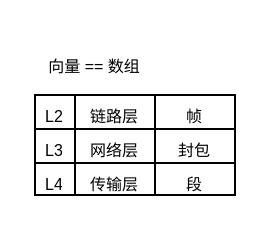
This is 未命名绘图.drawio from nayitian/drawio, a draw.io file, before an edit. Source tidied: cells renumbered, new cells numbered last; positions are measured from the earlier drawing's top-left corner, leaving out a move shared by most shapes. Both pictures are drawn from the tidied source at 200%, with x=0, y=0 at pixel (34, 34).
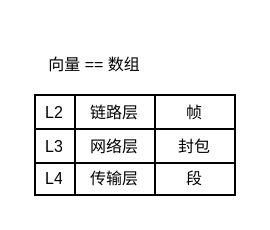
After the change.

What changed in the source:
```diff
@@
 <mxGraphModel>
   <root>
     <mxCell id="0" />
     <mxCell id="1" parent="0" />
-    <mxCell id="2" value="&lt;span style=&quot;font-size: 8px;&quot;&gt;向量 == 数组&lt;/span&gt;" style="text;html=1;align=center;verticalAlign=middle;whiteSpace=wrap;rounded=0;" parent="1" vertex="1">
+    <mxCell id="2" value="&lt;span style=&quot;font-size: 8px;&quot;&gt;向量 == 数组&lt;/span&gt;" style="text;html=1;align=center;verticalAlign=middle;whiteSpace=wrap;rounded=0;fontSize=8;" parent="1" vertex="1">
       <mxGeometry width="60" height="30" as="geometry" />
     </mxCell>
-    <mxCell id="3" style="shape=table;startSize=0;childLayout=tableLayout;" parent="1" vertex="1">
+    <mxCell id="3" style="shape=table;startSize=0;childLayout=tableLayout;fontSize=8;" parent="1" vertex="1">
       <mxGeometry y="30" width="100" height="50" as="geometry" />
     </mxCell>
-    <mxCell id="4" style="shape=tableRow;horizontal=0;startSize=0;swimlaneHead=0;swimlaneBody=0;strokeColor=inherit;top=0;left=0;bottom=0;right=0;fillColor=none;" parent="3" vertex="1">
+    <mxCell id="4" style="shape=tableRow;horizontal=0;startSize=0;swimlaneHead=0;swimlaneBody=0;strokeColor=inherit;top=0;left=0;bottom=0;right=0;fillColor=none;fontSize=8;" parent="3" vertex="1">
       <mxGeometry width="100" height="17" as="geometry" />
     </mxCell>
-    <mxCell id="5" value="&lt;font style=&quot;font-size: 8px;&quot;&gt;L2&lt;/font&gt;" style="shape=partialRectangle;html=1;whiteSpace=wrap;strokeColor=inherit;overflow=hidden;fillColor=none;top=0;left=0;bottom=0;right=0;" parent="4" vertex="1">
+    <mxCell id="5" value="&lt;font style=&quot;font-size: 8px;&quot;&gt;L2&lt;/font&gt;" style="shape=partialRectangle;html=1;whiteSpace=wrap;strokeColor=inherit;overflow=hidden;fillColor=none;top=0;left=0;bottom=0;right=0;fontSize=8;" parent="4" vertex="1">
       <mxGeometry width="20" height="17" as="geometry" />
     </mxCell>
-    <mxCell id="6" value="&lt;font style=&quot;font-size: 8px;&quot;&gt;链路层&lt;/font&gt;" style="shape=partialRectangle;html=1;whiteSpace=wrap;strokeColor=inherit;overflow=hidden;fillColor=none;top=0;left=0;bottom=0;right=0;" parent="4" vertex="1">
+    <mxCell id="6" value="&lt;font style=&quot;font-size: 8px;&quot;&gt;链路层&lt;/font&gt;" style="shape=partialRectangle;html=1;whiteSpace=wrap;strokeColor=inherit;overflow=hidden;fillColor=none;top=0;left=0;bottom=0;right=0;fontSize=8;" parent="4" vertex="1">
       <mxGeometry x="20" width="40" height="17" as="geometry" />
     </mxCell>
-    <mxCell id="7" value="&lt;font style=&quot;font-size: 8px;&quot;&gt;帧&lt;/font&gt;" style="shape=partialRectangle;html=1;whiteSpace=wrap;strokeColor=inherit;overflow=hidden;fillColor=none;top=0;left=0;bottom=0;right=0;" parent="4" vertex="1">
+    <mxCell id="7" value="&lt;font style=&quot;font-size: 8px;&quot;&gt;帧&lt;/font&gt;" style="shape=partialRectangle;html=1;whiteSpace=wrap;strokeColor=inherit;overflow=hidden;fillColor=none;top=0;left=0;bottom=0;right=0;fontSize=8;" parent="4" vertex="1">
       <mxGeometry x="60" width="40" height="17" as="geometry" />
     </mxCell>
-    <mxCell id="8" style="shape=tableRow;horizontal=0;startSize=0;swimlaneHead=0;swimlaneBody=0;strokeColor=inherit;top=0;left=0;bottom=0;right=0;fillColor=none;" parent="3" vertex="1">
+    <mxCell id="8" style="shape=tableRow;horizontal=0;startSize=0;swimlaneHead=0;swimlaneBody=0;strokeColor=inherit;top=0;left=0;bottom=0;right=0;fillColor=none;fontSize=8;" parent="3" vertex="1">
       <mxGeometry y="17" width="100" height="17" as="geometry" />
     </mxCell>
-    <mxCell id="9" value="&lt;font style=&quot;font-size: 8px;&quot;&gt;L3&lt;/font&gt;" style="shape=partialRectangle;html=1;whiteSpace=wrap;strokeColor=inherit;overflow=hidden;fillColor=none;top=0;left=0;bottom=0;right=0;" parent="8" vertex="1">
+    <mxCell id="9" value="&lt;font style=&quot;font-size: 8px;&quot;&gt;L3&lt;/font&gt;" style="shape=partialRectangle;html=1;whiteSpace=wrap;strokeColor=inherit;overflow=hidden;fillColor=none;top=0;left=0;bottom=0;right=0;fontSize=8;" parent="8" vertex="1">
       <mxGeometry width="20" height="17" as="geometry" />
     </mxCell>
-    <mxCell id="10" value="&lt;font style=&quot;font-size: 8px;&quot;&gt;网络层&lt;/font&gt;" style="shape=partialRectangle;html=1;whiteSpace=wrap;strokeColor=inherit;overflow=hidden;fillColor=none;top=0;left=0;bottom=0;right=0;" parent="8" vertex="1">
+    <mxCell id="10" value="&lt;font style=&quot;font-size: 8px;&quot;&gt;网络层&lt;/font&gt;" style="shape=partialRectangle;html=1;whiteSpace=wrap;strokeColor=inherit;overflow=hidden;fillColor=none;top=0;left=0;bottom=0;right=0;fontSize=8;" parent="8" vertex="1">
       <mxGeometry x="20" width="40" height="17" as="geometry" />
     </mxCell>
-    <mxCell id="11" value="&lt;font style=&quot;font-size: 8px;&quot;&gt;封包&lt;/font&gt;" style="shape=partialRectangle;html=1;whiteSpace=wrap;strokeColor=inherit;overflow=hidden;fillColor=none;top=0;left=0;bottom=0;right=0;" parent="8" vertex="1">
+    <mxCell id="11" value="&lt;font style=&quot;font-size: 8px;&quot;&gt;封包&lt;/font&gt;" style="shape=partialRectangle;html=1;whiteSpace=wrap;strokeColor=inherit;overflow=hidden;fillColor=none;top=0;left=0;bottom=0;right=0;fontSize=8;" parent="8" vertex="1">
       <mxGeometry x="60" width="40" height="17" as="geometry" />
     </mxCell>
-    <mxCell id="12" style="shape=tableRow;horizontal=0;startSize=0;swimlaneHead=0;swimlaneBody=0;strokeColor=inherit;top=0;left=0;bottom=0;right=0;fillColor=none;" parent="3" vertex="1">
+    <mxCell id="12" style="shape=tableRow;horizontal=0;startSize=0;swimlaneHead=0;swimlaneBody=0;strokeColor=inherit;top=0;left=0;bottom=0;right=0;fillColor=none;fontSize=8;" parent="3" vertex="1">
       <mxGeometry y="34" width="100" height="16" as="geometry" />
     </mxCell>
-    <mxCell id="13" value="&lt;font style=&quot;font-size: 8px;&quot;&gt;L4&lt;/font&gt;" style="shape=partialRectangle;html=1;whiteSpace=wrap;strokeColor=inherit;overflow=hidden;fillColor=none;top=0;left=0;bottom=0;right=0;" parent="12" vertex="1">
+    <mxCell id="13" value="&lt;font style=&quot;font-size: 8px;&quot;&gt;L4&lt;/font&gt;" style="shape=partialRectangle;html=1;whiteSpace=wrap;strokeColor=inherit;overflow=hidden;fillColor=none;top=0;left=0;bottom=0;right=0;fontSize=8;" parent="12" vertex="1">
       <mxGeometry width="20" height="16" as="geometry" />
     </mxCell>
-    <mxCell id="14" value="&lt;font style=&quot;font-size: 8px;&quot;&gt;传输层&lt;/font&gt;" style="shape=partialRectangle;html=1;whiteSpace=wrap;strokeColor=inherit;overflow=hidden;fillColor=none;top=0;left=0;bottom=0;right=0;" parent="12" vertex="1">
+    <mxCell id="14" value="&lt;font style=&quot;font-size: 8px;&quot;&gt;传输层&lt;/font&gt;" style="shape=partialRectangle;html=1;whiteSpace=wrap;strokeColor=inherit;overflow=hidden;fillColor=none;top=0;left=0;bottom=0;right=0;fontSize=8;" parent="12" vertex="1">
       <mxGeometry x="20" width="40" height="16" as="geometry" />
     </mxCell>
-    <mxCell id="15" value="&lt;font style=&quot;font-size: 8px;&quot;&gt;段&lt;/font&gt;" style="shape=partialRectangle;html=1;whiteSpace=wrap;strokeColor=inherit;overflow=hidden;fillColor=none;top=0;left=0;bottom=0;right=0;" parent="12" vertex="1">
+    <mxCell id="15" value="&lt;font style=&quot;font-size: 8px;&quot;&gt;段&lt;/font&gt;" style="shape=partialRectangle;html=1;whiteSpace=wrap;strokeColor=inherit;overflow=hidden;fillColor=none;top=0;left=0;bottom=0;right=0;fontSize=8;" parent="12" vertex="1">
       <mxGeometry x="60" width="40" height="16" as="geometry" />
     </mxCell>
   </root>
 </mxGraphModel>
```
